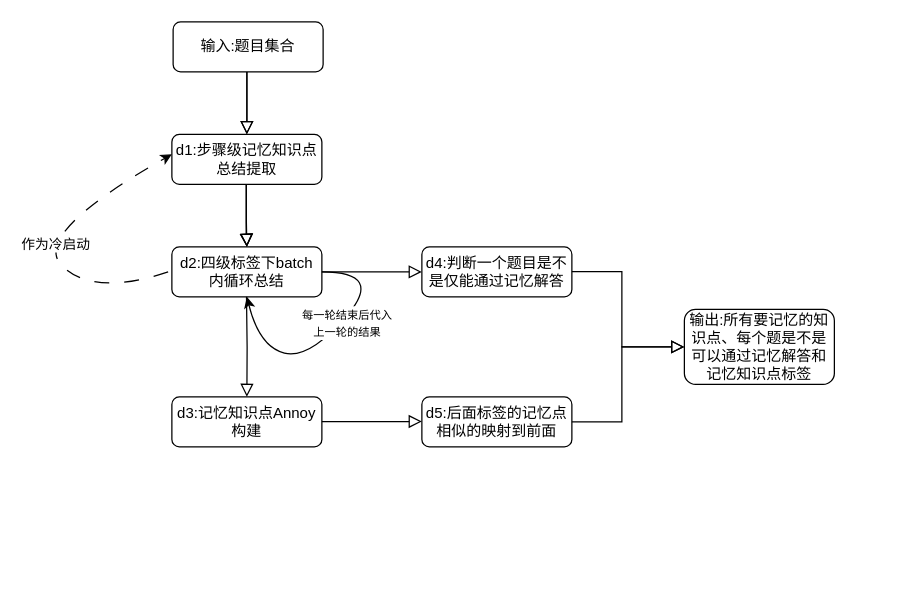
Above: 未命名绘图.drawio in urrethless/somework_graph-flow (draw.io), before the change. Source tidied: cells renumbered, new cells numbered last; positions are measured from the earlier drawing's top-left corner, leaving out a move shared by most shapes. Both pictures are drawn from the tidied source at 125%, with x=0, y=0 at pixel (30, 21).
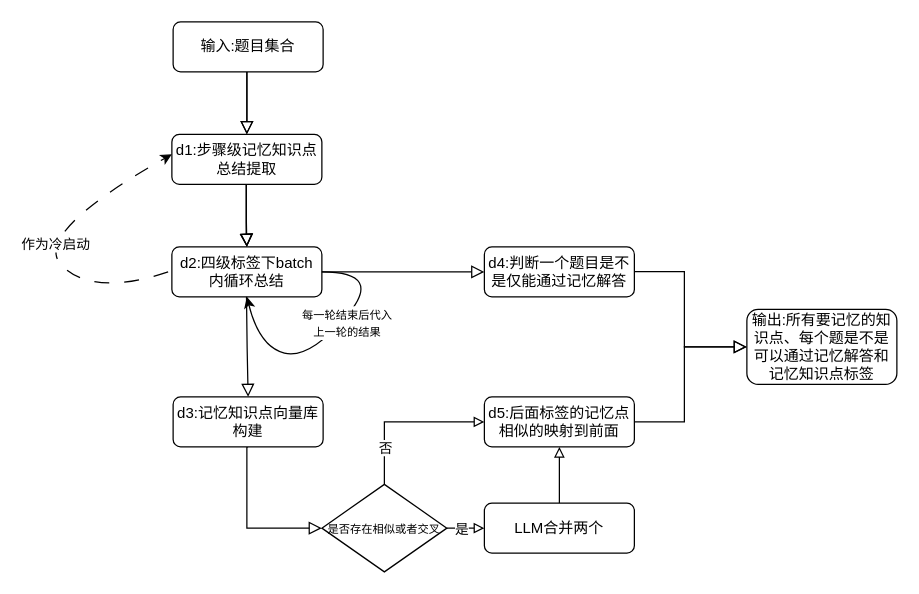
The same page after the edit.

Diff of the diagram source:
```diff
@@
-    <mxCell id="9" value="d3:记忆知识点Annoy构建" style="rounded=1;whiteSpace=wrap;html=1;fontSize=12;glass=0;strokeWidth=1;shadow=0;" parent="1" vertex="1">
-      <mxGeometry x="113" y="300" width="120" height="40" as="geometry" />
-    </mxCell>
     <mxCell id="10" value="d4:判断一个题目是不是仅能通过记忆解答" style="rounded=1;whiteSpace=wrap;html=1;fontSize=12;glass=0;strokeWidth=1;shadow=0;" parent="1" vertex="1">
-      <mxGeometry x="313" y="180" width="120" height="40" as="geometry" />
+      <mxGeometry x="363" y="180" width="120" height="40" as="geometry" />
     </mxCell>
     <mxCell id="11" value="d5:后面标签的记忆点相似的映射到前面" style="rounded=1;whiteSpace=wrap;html=1;fontSize=12;glass=0;strokeWidth=1;shadow=0;" parent="1" vertex="1">
-      <mxGeometry x="313" y="300" width="120" height="40" as="geometry" />
+      <mxGeometry x="363" y="300" width="120" height="40" as="geometry" />
     </mxCell>
@@
-    <mxCell id="17" style="rounded=0;html=1;jettySize=auto;orthogonalLoop=1;fontSize=11;endArrow=block;endFill=0;endSize=8;strokeWidth=1;shadow=0;labelBackgroundColor=none;edgeStyle=orthogonalEdgeStyle;exitX=1;exitY=0.5;exitDx=0;exitDy=0;entryX=0;entryY=0.5;entryDx=0;entryDy=0;" parent="1" edge="1">
+    <mxCell id="17" style="rounded=0;html=1;jettySize=auto;fontSize=11;endArrow=block;endFill=0;endSize=8;strokeWidth=1;shadow=0;labelBackgroundColor=none;edgeStyle=orthogonalEdgeStyle;entryX=0;entryY=0.5;entryDx=0;entryDy=0;exitX=0.5;exitY=1;exitDx=0;exitDy=0;" parent="1" edge="1" source="9" target="27">
       <mxGeometry relative="1" as="geometry">
-        <mxPoint x="233" y="319.7" as="sourcePoint" />
-        <mxPoint x="313" y="319.7" as="targetPoint" />
+        <Array as="points">
+          <mxPoint x="173" y="340" />
+          <mxPoint x="173" y="405" />
+        </Array>
       </mxGeometry>
     </mxCell>
     <mxCell id="18" value="输出:所有要记忆的知识点、每个题是不是可以通过记忆解答和记忆知识点标签" style="rounded=1;whiteSpace=wrap;html=1;fontSize=12;glass=0;strokeWidth=1;shadow=0;" parent="1" vertex="1">
-      <mxGeometry x="523" y="230" width="120" height="60" as="geometry" />
+      <mxGeometry x="573" y="230" width="120" height="60" as="geometry" />
     </mxCell>
     <mxCell id="19" style="rounded=0;html=1;jettySize=auto;fontSize=11;endArrow=block;endFill=0;endSize=8;strokeWidth=1;shadow=0;labelBackgroundColor=none;edgeStyle=orthogonalEdgeStyle;exitX=1;exitY=0.5;exitDx=0;exitDy=0;entryX=0;entryY=0.5;entryDx=0;entryDy=0;" parent="1" edge="1" target="18">
       <mxGeometry relative="1" as="geometry">
-        <mxPoint x="433" y="199.7" as="sourcePoint" />
+        <mxPoint x="483" y="199.7" as="sourcePoint" />
         <Array as="points">
-          <mxPoint x="473" y="200" />
-          <mxPoint x="473" y="260" />
+          <mxPoint x="523" y="200" />
+          <mxPoint x="523" y="260" />
         </Array>
       </mxGeometry>
     </mxCell>
     <mxCell id="20" style="rounded=0;html=1;jettySize=auto;fontSize=11;endArrow=block;endFill=0;endSize=8;strokeWidth=1;shadow=0;labelBackgroundColor=none;edgeStyle=orthogonalEdgeStyle;exitX=1;exitY=0.5;exitDx=0;exitDy=0;" parent="1" edge="1" source="11">
       <mxGeometry relative="1" as="geometry">
-        <mxPoint x="523" y="260" as="targetPoint" />
+        <mxPoint x="573" y="260" as="targetPoint" />
         <Array as="points">
-          <mxPoint x="473" y="320" />
-          <mxPoint x="473" y="260" />
+          <mxPoint x="523" y="320" />
+          <mxPoint x="523" y="260" />
         </Array>
       </mxGeometry>
     </mxCell>
@@
+    <mxCell id="23" style="edgeStyle=orthogonalEdgeStyle;rounded=0;jettySize=auto;html=1;exitX=0.5;exitY=0;exitDx=0;exitDy=0;entryX=0;entryY=0.5;entryDx=0;entryDy=0;endArrow=block;endFill=0;" parent="1" edge="1" source="27" target="11">
+      <mxGeometry relative="1" as="geometry" />
+    </mxCell>
+    <mxCell id="24" value="否" style="edgeLabel;html=1;align=center;verticalAlign=middle;" parent="23" vertex="1">
+      <mxGeometry x="-0.36" relative="1" as="geometry">
+        <mxPoint y="12" as="offset" />
+      </mxGeometry>
+    </mxCell>
+    <mxCell id="25" style="edgeStyle=orthogonalEdgeStyle;rounded=0;jettySize=auto;html=1;exitX=1;exitY=0.5;exitDx=0;exitDy=0;entryX=0;entryY=0.5;entryDx=0;entryDy=0;endArrow=block;endFill=0;" parent="1" edge="1" source="27" target="30">
+      <mxGeometry relative="1" as="geometry" />
+    </mxCell>
+    <mxCell id="26" value="是" style="edgeLabel;html=1;align=center;verticalAlign=middle;" parent="25" vertex="1">
+      <mxGeometry x="-0.24" relative="1" as="geometry" />
+    </mxCell>
+    <mxCell id="27" value="&lt;font style=&quot;font-size: 9px;&quot;&gt;是否存在相似或者交叉&lt;/font&gt;" style="rhombus;whiteSpace=wrap;html=1;" parent="1" vertex="1">
+      <mxGeometry x="233" y="370" width="100" height="70" as="geometry" />
+    </mxCell>
+    <mxCell id="28" style="rounded=0;html=1;jettySize=auto;fontSize=11;endArrow=block;endFill=0;endSize=8;strokeWidth=1;shadow=0;labelBackgroundColor=none;edgeStyle=orthogonalEdgeStyle;entryX=0;entryY=0.5;entryDx=0;entryDy=0;" parent="1" edge="1" target="9">
+      <mxGeometry relative="1" as="geometry">
+        <mxPoint x="163" y="340" as="sourcePoint" />
+      </mxGeometry>
+    </mxCell>
+    <mxCell id="9" value="d3:记忆知识点向量库构建" style="rounded=1;whiteSpace=wrap;html=1;fontSize=12;glass=0;strokeWidth=1;shadow=0;" parent="1" vertex="1">
+      <mxGeometry x="114" y="300" width="120" height="40" as="geometry" />
+    </mxCell>
+    <mxCell id="29" style="edgeStyle=orthogonalEdgeStyle;rounded=0;jettySize=auto;html=1;exitX=0.5;exitY=0;exitDx=0;exitDy=0;entryX=0.5;entryY=1;entryDx=0;entryDy=0;endArrow=block;endFill=0;" parent="1" edge="1" source="30" target="11">
+      <mxGeometry relative="1" as="geometry" />
+    </mxCell>
+    <mxCell id="30" value="LLM合并两个" style="rounded=1;whiteSpace=wrap;html=1;fontSize=12;glass=0;strokeWidth=1;shadow=0;" parent="1" vertex="1">
+      <mxGeometry x="363" y="385" width="120" height="40" as="geometry" />
+    </mxCell>
```
